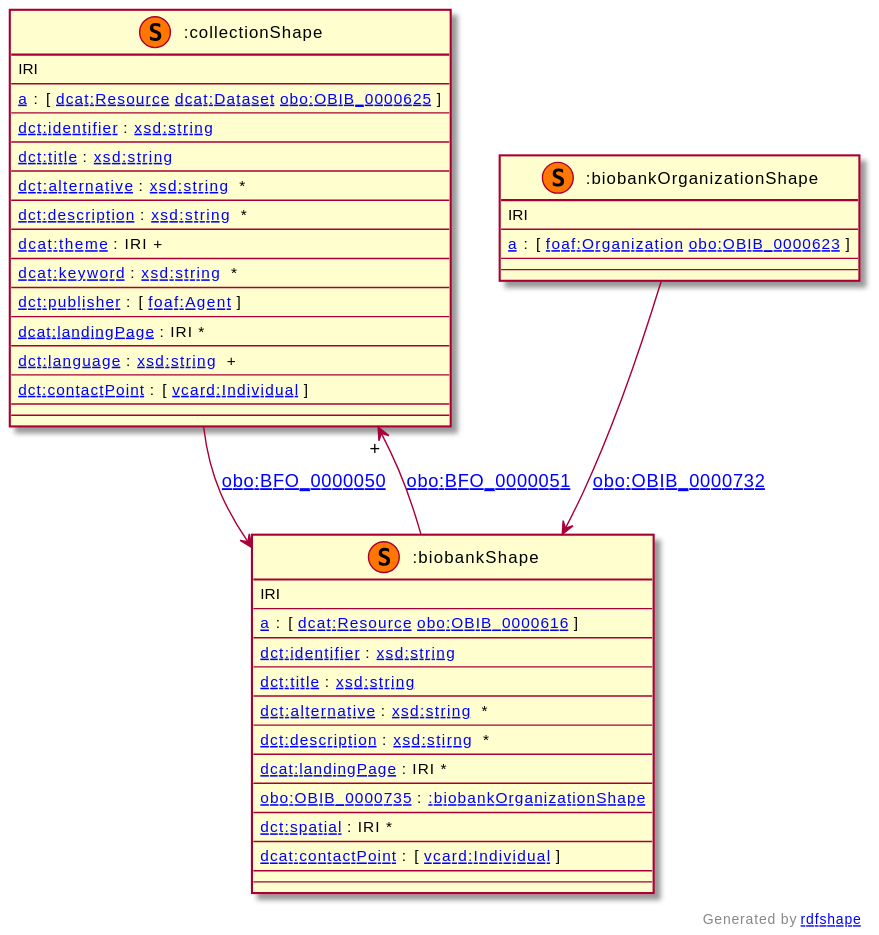
Before: images/shex/biobank.svg, a diagram exported from PlantUML (ejp-rd-vp/resource-metadata-schema).
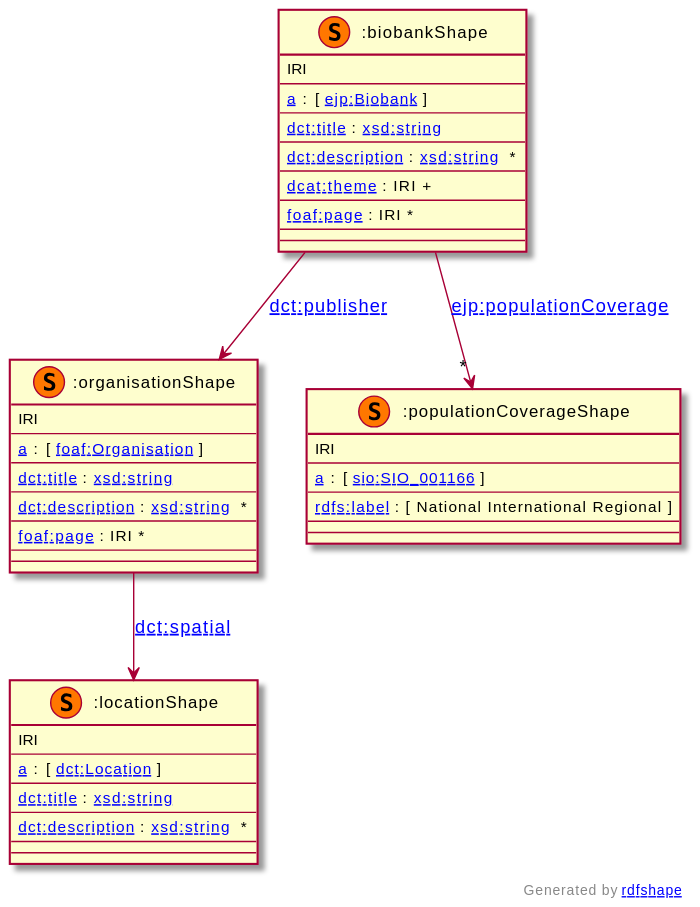
Above is the later version.

Commit message:
feat: change of biobank resource to map MIABIS concepts

Change to the diagram source:
```diff
@@ -2,9 +2,7 @@
 class ":collectionShape" as 0 <<(S,#FF7700)>> [[http://purl.org/ejp-rd/metadata-model/v1/shex/collectionShape :collectionShape]] {
 IRI
 --
-[[http://www.w3.org/1999/02/22-rdf-syntax-ns#type a]] : [ [[http://www.w3.org/ns/dcat#Resource dcat:Resource]] [[http://www.w3.org/ns/dcat#Dataset dcat:Dataset]] [[http://purl.obolibrary.org/obo/OBIB_0000625 obo:OBIB_0000625]] ]
---
-[[http://purl.org/dc/terms/identifier dct:identifier]] : [[http://www.w3.org/2001/XMLSchema#string xsd:string]]
+[[http://www.w3.org/1999/02/22-rdf-syntax-ns#type a]] : [ [[http://purl.org/ejp-rd/vocabulary/Biobank ejp:Biobank]] ]
 --
 [[http://purl.org/dc/terms/title dct:title]] : [[http://www.w3.org/2001/XMLSchema#string xsd:string]]
 --
@@ -14,19 +12,11 @@
 --
 [[http://www.w3.org/ns/dcat#theme dcat:theme]] : IRI +
 --
-[[http://www.w3.org/ns/dcat#keyword dcat:keyword]] : [[http://www.w3.org/2001/XMLSchema#string xsd:string]]  *
---
-[[http://purl.org/dc/terms/publisher dct:publisher]] : [ [[http://xmlns.com/foaf/0.1/Agent foaf:Agent]] ]
---
-[[http://www.w3.org/ns/dcat#landingPage dcat:landingPage]] : IRI *
---
-[[http://purl.org/dc/terms/language dct:language]] : [[http://www.w3.org/2001/XMLSchema#string xsd:string]]  +
---
-[[http://purl.org/dc/terms/contactPoint dct:contactPoint]] : [ [[http://www.w3.org/2006/vcard/ns#Individual vcard:Individual]] ]
+[[http://xmlns.com/foaf/0.1/page foaf:page]] : IRI *
 --
 --
 }
-class ":biobankShape" as 1 <<(S,#FF7700)>> [[http://purl.org/ejp-rd/metadata-model/v1/shex/biobankShape :biobankShape]] {
+class ":locationShape" as 3 <<(S,#FF7700)>> [[http://purl.org/ejp-rd/metadata-model/v1/shex/locationShape :locationShape]] {
 IRI
 --
 [[http://www.w3.org/1999/02/22-rdf-syntax-ns#type a]] : [ [[http://www.w3.org/ns/dcat#Resource dcat:Resource]] [[http://purl.obolibrary.org/obo/OBIB_0000616 obo:OBIB_0000616]] ]
@@ -39,26 +29,32 @@
 --
 [[http://purl.org/dc/terms/description dct:description]] : [[http://www.w3.org/2001/XMLSchema#stirng xsd:stirng]]  *
 --
-[[http://www.w3.org/ns/dcat#landingPage dcat:landingPage]] : IRI *
+}
+class ":organisationShape" as 1 <<(S,#FF7700)>> [[http://purl.org/ejp-rd/metadata-model/v1/shex/organisationShape :organisationShape]] {
+IRI
 --
-[[http://purl.obolibrary.org/obo/OBIB_0000735 obo:OBIB_0000735]] : [[http://purl.org/ejp-rd/metadata-model/v1/shex/biobankOrganizationShape :biobankOrganizationShape]]
+[[http://www.w3.org/1999/02/22-rdf-syntax-ns#type a]] : [ [[http://xmlns.com/foaf/0.1/Organisation foaf:Organisation]] ]
 --
-[[http://purl.org/dc/terms/spatial dct:spatial]] : IRI *
+[[http://purl.org/dc/terms/title dct:title]] : [[http://www.w3.org/2001/XMLSchema#string xsd:string]]
 --
-[[http://www.w3.org/ns/dcat#contactPoint dcat:contactPoint]] : [ [[http://www.w3.org/2006/vcard/ns#Individual vcard:Individual]] ]
+[[http://purl.org/dc/terms/description dct:description]] : [[http://www.w3.org/2001/XMLSchema#string xsd:string]]  *
+--
+[[http://xmlns.com/foaf/0.1/page foaf:page]] : IRI *
 --
 --
 }
-class ":biobankOrganizationShape" as 2 <<(S,#FF7700)>> [[http://purl.org/ejp-rd/metadata-model/v1/shex/biobankOrganizationShape :biobankOrganizationShape]] {
+class ":populationCoverageShape" as 2 <<(S,#FF7700)>> [[http://purl.org/ejp-rd/metadata-model/v1/shex/populationCoverageShape :populationCoverageShape]] {
 IRI
 --
-[[http://www.w3.org/1999/02/22-rdf-syntax-ns#type a]] : [ [[http://xmlns.com/foaf/0.1/Organization foaf:Organization]] [[http://purl.obolibrary.org/obo/OBIB_0000623 obo:OBIB_0000623]] ]
+[[http://www.w3.org/1999/02/22-rdf-syntax-ns#type a]] : [ [[http://semanticscience.org/resource/SIO_001166 sio:SIO_001166]] ]
+--
+[[http://www.w3.org/2000/01/rdf-schema#label rdfs:label]] : [ National International Regional ]
 --
 --
 }
-2 --> " " 1 : [[http://purl.obolibrary.org/obo/OBIB_0000732 obo:OBIB_0000732]]
-1 --> "+" 0 : [[http://purl.obolibrary.org/obo/BFO_0000051 obo:BFO_0000051]]
-0 --> " " 1 : [[http://purl.obolibrary.org/obo/BFO_0000050 obo:BFO_0000050]]
+1 --> " " 3 : [[http://purl.org/dc/terms/spatial dct:spatial]]
+0 --> "*" 2 : [[http://purl.org/ejp-rd/vocabulary/populationCoverage ejp:populationCoverage]]
+0 --> " " 1 : [[http://purl.org/dc/terms/publisher dct:publisher]]
 
 right footer Generated by [[https://rdfshape.weso.es rdfshape]]
 @enduml
```
